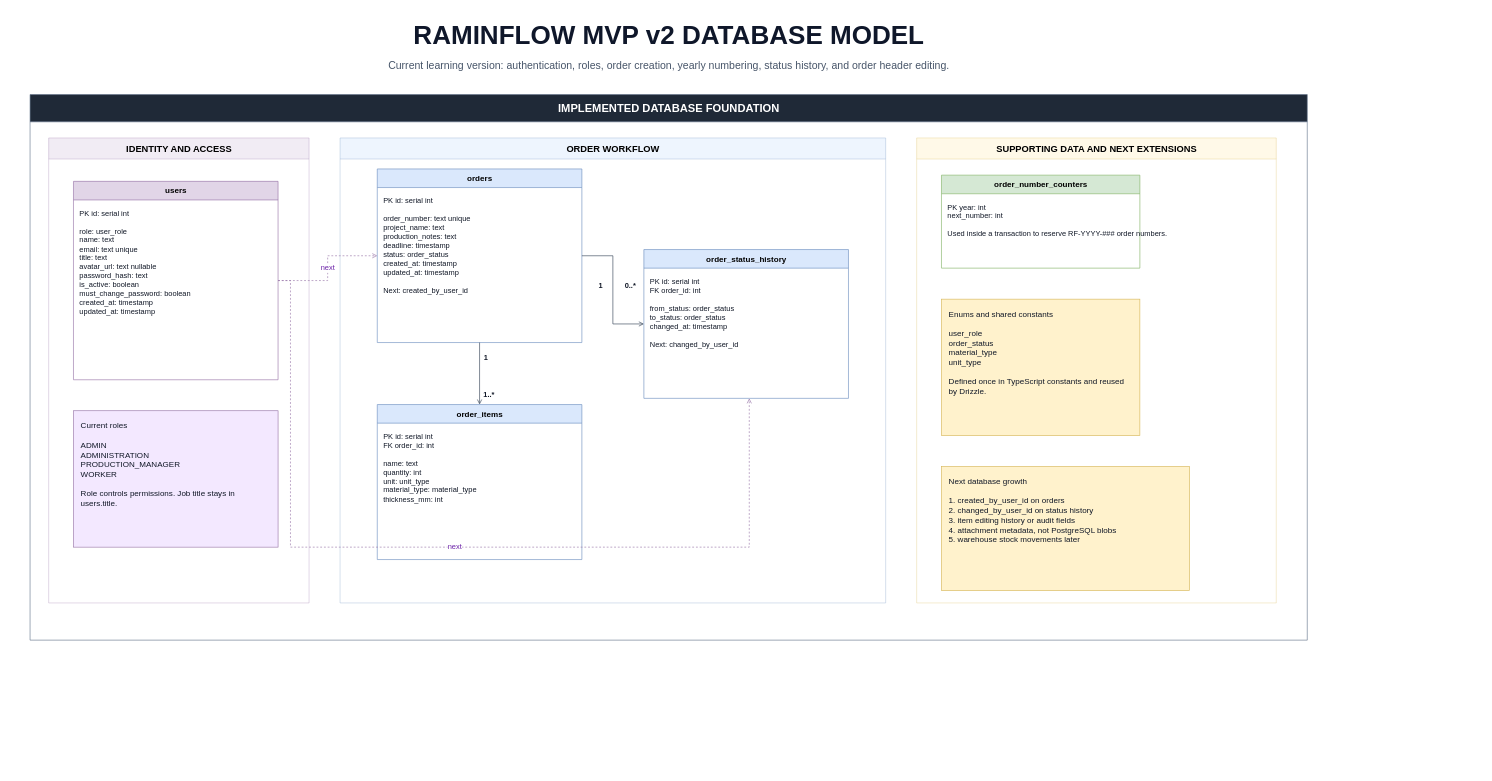
Earlier version of the draw.io diagram docs/raminflow-mvp-erd.drawio (RaminTuzelis/raminflow). Source tidied: cells renumbered, new cells numbered last; positions are measured from the earlier drawing's top-left corner, leaving out a move shared by most shapes. Both pictures are drawn from the tidied source at 62%, with x=0, y=0 at pixel (30, 14).
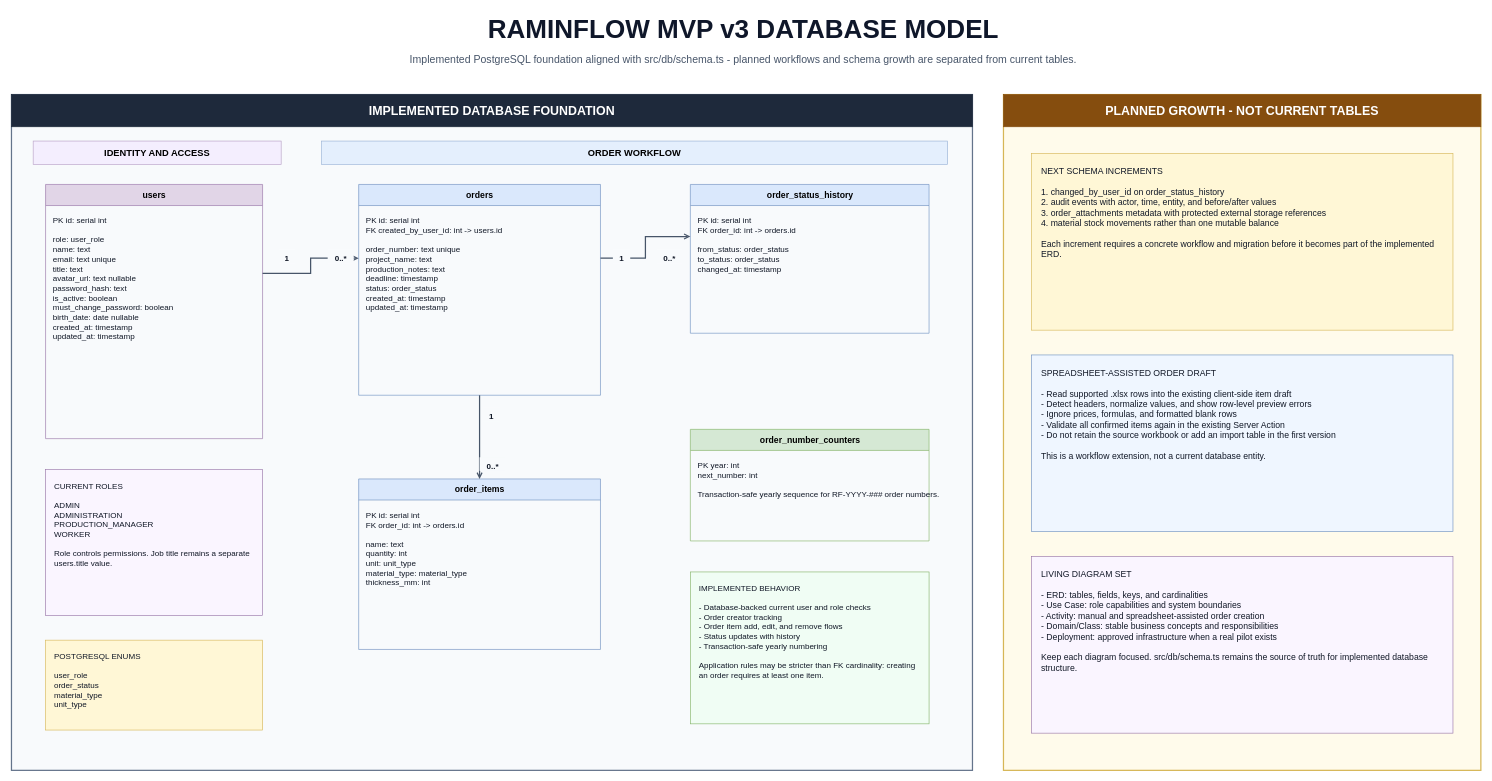
Above is the later version.

Commit message:
Update RaminFlow MVP ERD

The edit, as a diff of the source:
```diff
@@
-    <mxCell id="2" value="RAMINFLOW MVP v2 DATABASE MODEL" style="text;html=1;strokeColor=none;fillColor=none;align=center;verticalAlign=middle;fontSize=42;fontStyle=1;fontColor=#0f172a;" parent="1" vertex="1">
-      <mxGeometry x="240" width="1580" height="70" as="geometry" />
+    <mxCell id="2" value="RAMINFLOW MVP v3 DATABASE MODEL" style="text;html=1;strokeColor=none;fillColor=none;align=center;verticalAlign=middle;fontSize=42;fontStyle=1;fontColor=#0f172a;" parent="1" vertex="1">
+      <mxGeometry x="260" y="-5" width="1780" height="60" as="geometry" />
     </mxCell>
-    <mxCell id="3" value="Current learning version: authentication, roles, order creation, yearly numbering, status history, and order header editing." style="text;html=1;strokeColor=none;fillColor=none;align=center;verticalAlign=middle;fontSize=17;fontColor=#475569;" parent="1" vertex="1">
-      <mxGeometry x="230" y="65" width="1600" height="40" as="geometry" />
+    <mxCell id="3" value="Implemented PostgreSQL foundation aligned with src/db/schema.ts - planned workflows and schema growth are separated from current tables." style="text;html=1;strokeColor=none;fillColor=none;align=center;verticalAlign=middle;fontSize=17;fontColor=#475569;" parent="1" vertex="1">
+      <mxGeometry x="190" y="55" width="1920" height="40" as="geometry" />
     </mxCell>
+    <mxCell id="29" style="rounded=0;whiteSpace=wrap;html=1;fillColor=#f8fafc;strokeColor=#64748b;strokeWidth=2;" parent="1" vertex="1">
+      <mxGeometry x="-30" y="130" width="1550" height="1090" as="geometry" />
+    </mxCell>
-    <mxCell id="4" value="IMPLEMENTED DATABASE FOUNDATION" style="swimlane;html=1;startSize=44;rounded=0;fontStyle=1;fontSize=18;fillColor=#1F2937;strokeColor=#64748b;fontColor=#FFFFFF;" parent="1" vertex="1">
-      <mxGeometry y="130" width="2060" height="880" as="geometry" />
+    <mxCell id="4" value="IMPLEMENTED DATABASE FOUNDATION" style="rounded=0;whiteSpace=wrap;html=1;fillColor=#1e293b;strokeColor=#1e293b;fontColor=#ffffff;fontStyle=1;fontSize=20;align=center;verticalAlign=middle;" parent="1" vertex="1">
+      <mxGeometry x="-30" y="130" width="1550" height="52" as="geometry" />
     </mxCell>
-    <mxCell id="5" value="IDENTITY AND ACCESS" style="swimlane;html=1;startSize=34;rounded=0;fontStyle=1;fontSize=15;fillColor=#e1d5e7;strokeColor=#9673a6;opacity=45;" parent="4" vertex="1">
-      <mxGeometry x="30" y="70" width="420" height="750" as="geometry" />
+    <mxCell id="5" value="IDENTITY AND ACCESS" style="rounded=0;whiteSpace=wrap;html=1;fillColor=#f3e8ff;strokeColor=#9673a6;fontStyle=1;fontSize=15;align=center;verticalAlign=middle;opacity=65;" parent="1" vertex="1">
+      <mxGeometry x="5" y="205" width="400" height="38" as="geometry" />
     </mxCell>
-    <mxCell id="6" value="ORDER WORKFLOW" style="swimlane;html=1;startSize=34;rounded=0;fontStyle=1;fontSize=15;fillColor=#dae8fc;strokeColor=#6c8ebf;opacity=45;" parent="4" vertex="1">
-      <mxGeometry x="500" y="70" width="880" height="750" as="geometry" />
+    <mxCell id="6" value="ORDER WORKFLOW" style="rounded=0;whiteSpace=wrap;html=1;fillColor=#dbeafe;strokeColor=#6c8ebf;fontStyle=1;fontSize=15;align=center;verticalAlign=middle;opacity=65;" parent="1" vertex="1">
+      <mxGeometry x="470" y="205" width="1010" height="38" as="geometry" />
     </mxCell>
-    <mxCell id="7" value="SUPPORTING DATA AND NEXT EXTENSIONS" style="swimlane;html=1;startSize=34;rounded=0;fontStyle=1;fontSize=15;fillColor=#fff2cc;strokeColor=#d6b656;opacity=45;" parent="4" vertex="1">
-      <mxGeometry x="1430" y="70" width="580" height="750" as="geometry" />
-    </mxCell>
-    <mxCell id="8" value="users" style="swimlane;html=1;startSize=30;rounded=0;fontStyle=1;fontSize=13;fillColor=#e1d5e7;strokeColor=#9673a6;" parent="4" vertex="1">
-      <mxGeometry x="70" y="140" width="330" height="320" as="geometry" />
+    <mxCell id="8" value="users" style="swimlane;html=1;startSize=34;rounded=0;fontStyle=1;fontSize=14;fillColor=#e1d5e7;strokeColor=#9673a6;" parent="1" vertex="1">
+      <mxGeometry x="25" y="275" width="350" height="410" as="geometry" />
     </mxCell>
-    <mxCell id="9" value="PK  id: serial int&lt;br&gt;&lt;br&gt;role: user_role&lt;br&gt;name: text&lt;br&gt;email: text unique&lt;br&gt;title: text&lt;br&gt;avatar_url: text nullable&lt;br&gt;password_hash: text&lt;br&gt;is_active: boolean&lt;br&gt;must_change_password: boolean&lt;br&gt;created_at: timestamp&lt;br&gt;updated_at: timestamp" style="text;html=1;strokeColor=none;fillColor=none;align=left;verticalAlign=top;spacing=10;fontSize=12;fontColor=#111827;" parent="8" vertex="1">
-      <mxGeometry y="30" width="330" height="290" as="geometry" />
+    <mxCell id="9" value="PK  id: serial int&lt;br&gt;&lt;br&gt;role: user_role&lt;br&gt;name: text&lt;br&gt;email: text unique&lt;br&gt;title: text&lt;br&gt;avatar_url: text nullable&lt;br&gt;password_hash: text&lt;br&gt;is_active: boolean&lt;br&gt;must_change_password: boolean&lt;br&gt;birth_date: date nullable&lt;br&gt;created_at: timestamp&lt;br&gt;updated_at: timestamp" style="text;html=1;strokeColor=none;fillColor=none;align=left;verticalAlign=top;spacing=12;fontSize=13;fontColor=#111827;" parent="8" vertex="1">
+      <mxGeometry y="34" width="350" height="376" as="geometry" />
     </mxCell>
-    <mxCell id="10" value="Current roles&lt;br&gt;&lt;br&gt;ADMIN&lt;br&gt;ADMINISTRATION&lt;br&gt;PRODUCTION_MANAGER&lt;br&gt;WORKER&lt;br&gt;&lt;br&gt;Role controls permissions. Job title stays in users.title." style="rounded=0;whiteSpace=wrap;html=1;fontSize=13;align=left;verticalAlign=top;fillColor=#f3e8ff;strokeColor=#9673a6;fontColor=#111827;spacing=12;" parent="4" vertex="1">
-      <mxGeometry x="70" y="510" width="330" height="220" as="geometry" />
+    <mxCell id="10" value="CURRENT ROLES&lt;br&gt;&lt;br&gt;ADMIN&lt;br&gt;ADMINISTRATION&lt;br&gt;PRODUCTION_MANAGER&lt;br&gt;WORKER&lt;br&gt;&lt;br&gt;Role controls permissions. Job title remains a separate users.title value." style="rounded=0;whiteSpace=wrap;html=1;fontSize=13;align=left;verticalAlign=top;fillColor=#faf5ff;strokeColor=#9673a6;fontColor=#111827;spacing=14;" parent="1" vertex="1">
+      <mxGeometry x="25" y="735" width="350" height="235" as="geometry" />
     </mxCell>
+    <mxCell id="19" value="POSTGRESQL ENUMS&lt;br&gt;&lt;br&gt;user_role&lt;br&gt;order_status&lt;br&gt;material_type&lt;br&gt;unit_type" style="rounded=0;whiteSpace=wrap;html=1;fontSize=13;align=left;verticalAlign=top;fillColor=#fff7d6;strokeColor=#d6b656;fontColor=#111827;spacing=14;" parent="1" vertex="1">
+      <mxGeometry x="25" y="1010" width="350" height="145" as="geometry" />
+    </mxCell>
-    <mxCell id="11" value="orders" style="swimlane;html=1;startSize=30;rounded=0;fontStyle=1;fontSize=13;fillColor=#dae8fc;strokeColor=#6c8ebf;" parent="4" vertex="1">
-      <mxGeometry x="560" y="120" width="330" height="280" as="geometry" />
+    <mxCell id="11" value="orders" style="swimlane;html=1;startSize=34;rounded=0;fontStyle=1;fontSize=14;fillColor=#dae8fc;strokeColor=#6c8ebf;" parent="1" vertex="1">
+      <mxGeometry x="530" y="275" width="390" height="340" as="geometry" />
     </mxCell>
-    <mxCell id="12" value="PK  id: serial int&lt;br&gt;&lt;br&gt;order_number: text unique&lt;br&gt;project_name: text&lt;br&gt;production_notes: text&lt;br&gt;deadline: timestamp&lt;br&gt;status: order_status&lt;br&gt;created_at: timestamp&lt;br&gt;updated_at: timestamp&lt;br&gt;&lt;br&gt;Next: created_by_user_id" style="text;html=1;strokeColor=none;fillColor=none;align=left;verticalAlign=top;spacing=10;fontSize=12;fontColor=#111827;" parent="11" vertex="1">
-      <mxGeometry y="30" width="330" height="250" as="geometry" />
+    <mxCell id="12" value="PK  id: serial int&lt;br&gt;FK  created_by_user_id: int -&gt; users.id&lt;br&gt;&lt;br&gt;order_number: text unique&lt;br&gt;project_name: text&lt;br&gt;production_notes: text&lt;br&gt;deadline: timestamp&lt;br&gt;status: order_status&lt;br&gt;created_at: timestamp&lt;br&gt;updated_at: timestamp" style="text;html=1;strokeColor=none;fillColor=none;align=left;verticalAlign=top;spacing=12;fontSize=13;fontColor=#111827;" parent="11" vertex="1">
+      <mxGeometry y="34" width="390" height="306" as="geometry" />
     </mxCell>
-    <mxCell id="13" value="order_items" style="swimlane;html=1;startSize=30;rounded=0;fontStyle=1;fontSize=13;fillColor=#dae8fc;strokeColor=#6c8ebf;" parent="4" vertex="1">
-      <mxGeometry x="560" y="500" width="330" height="250" as="geometry" />
+    <mxCell id="13" value="order_items" style="swimlane;html=1;startSize=34;rounded=0;fontStyle=1;fontSize=14;fillColor=#dae8fc;strokeColor=#6c8ebf;" parent="1" vertex="1">
+      <mxGeometry x="530" y="750" width="390" height="275" as="geometry" />
     </mxCell>
-    <mxCell id="14" value="PK  id: serial int&lt;br&gt;FK  order_id: int&lt;br&gt;&lt;br&gt;name: text&lt;br&gt;quantity: int&lt;br&gt;unit: unit_type&lt;br&gt;material_type: material_type&lt;br&gt;thickness_mm: int" style="text;html=1;strokeColor=none;fillColor=none;align=left;verticalAlign=top;spacing=10;fontSize=12;fontColor=#111827;" parent="13" vertex="1">
-      <mxGeometry y="30" width="330" height="220" as="geometry" />
+    <mxCell id="14" value="PK  id: serial int&lt;br&gt;FK  order_id: int -&gt; orders.id&lt;br&gt;&lt;br&gt;name: text&lt;br&gt;quantity: int&lt;br&gt;unit: unit_type&lt;br&gt;material_type: material_type&lt;br&gt;thickness_mm: int" style="text;html=1;strokeColor=none;fillColor=none;align=left;verticalAlign=top;spacing=12;fontSize=13;fontColor=#111827;" parent="13" vertex="1">
+      <mxGeometry y="34" width="390" height="241" as="geometry" />
     </mxCell>
-    <mxCell id="15" value="order_status_history" style="swimlane;html=1;startSize=30;rounded=0;fontStyle=1;fontSize=13;fillColor=#dae8fc;strokeColor=#6c8ebf;" parent="4" vertex="1">
-      <mxGeometry x="990" y="250" width="330" height="240" as="geometry" />
+    <mxCell id="15" value="order_status_history" style="swimlane;html=1;startSize=34;rounded=0;fontStyle=1;fontSize=14;fillColor=#dae8fc;strokeColor=#6c8ebf;" parent="1" vertex="1">
+      <mxGeometry x="1065" y="275" width="385" height="240" as="geometry" />
     </mxCell>
-    <mxCell id="16" value="PK  id: serial int&lt;br&gt;FK  order_id: int&lt;br&gt;&lt;br&gt;from_status: order_status&lt;br&gt;to_status: order_status&lt;br&gt;changed_at: timestamp&lt;br&gt;&lt;br&gt;Next: changed_by_user_id" style="text;html=1;strokeColor=none;fillColor=none;align=left;verticalAlign=top;spacing=10;fontSize=12;fontColor=#111827;" parent="15" vertex="1">
-      <mxGeometry y="30" width="330" height="210" as="geometry" />
+    <mxCell id="16" value="PK  id: serial int&lt;br&gt;FK  order_id: int -&gt; orders.id&lt;br&gt;&lt;br&gt;from_status: order_status&lt;br&gt;to_status: order_status&lt;br&gt;changed_at: timestamp" style="text;html=1;strokeColor=none;fillColor=none;align=left;verticalAlign=top;spacing=12;fontSize=13;fontColor=#111827;" parent="15" vertex="1">
+      <mxGeometry y="34" width="385" height="206" as="geometry" />
     </mxCell>
-    <mxCell id="17" value="order_number_counters" style="swimlane;html=1;startSize=30;rounded=0;fontStyle=1;fontSize=13;fillColor=#d5e8d4;strokeColor=#82b366;" parent="4" vertex="1">
-      <mxGeometry x="1470" y="130" width="320" height="150" as="geometry" />
+    <mxCell id="17" value="order_number_counters" style="swimlane;html=1;startSize=34;rounded=0;fontStyle=1;fontSize=14;fillColor=#d5e8d4;strokeColor=#82b366;" parent="1" vertex="1">
+      <mxGeometry x="1065" y="670" width="385" height="180" as="geometry" />
     </mxCell>
-    <mxCell id="18" value="PK  year: int&lt;br&gt;next_number: int&lt;br&gt;&lt;br&gt;Used inside a transaction to reserve RF-YYYY-### order numbers." style="text;html=1;strokeColor=none;fillColor=none;align=left;verticalAlign=top;spacing=10;fontSize=12;fontColor=#111827;" parent="17" vertex="1">
-      <mxGeometry y="30" width="320" height="120" as="geometry" />
+    <mxCell id="18" value="PK  year: int&lt;br&gt;next_number: int&lt;br&gt;&lt;br&gt;Transaction-safe yearly sequence for RF-YYYY-### order numbers." style="text;html=1;strokeColor=none;fillColor=none;align=left;verticalAlign=top;spacing=12;fontSize=13;fontColor=#111827;" parent="17" vertex="1">
+      <mxGeometry y="34" width="385" height="146" as="geometry" />
     </mxCell>
-    <mxCell id="19" value="Enums and shared constants&lt;br&gt;&lt;br&gt;user_role&lt;br&gt;order_status&lt;br&gt;material_type&lt;br&gt;unit_type&lt;br&gt;&lt;br&gt;Defined once in TypeScript constants and reused by Drizzle." style="rounded=0;whiteSpace=wrap;html=1;fontSize=13;align=left;verticalAlign=top;fillColor=#fff2cc;strokeColor=#d6b656;fontColor=#111827;spacing=12;" parent="4" vertex="1">
-      <mxGeometry x="1470" y="330" width="320" height="220" as="geometry" />
-    </mxCell>
-    <mxCell id="20" value="Next database growth&lt;br&gt;&lt;br&gt;1. created_by_user_id on orders&lt;br&gt;2. changed_by_user_id on status history&lt;br&gt;3. item editing history or audit fields&lt;br&gt;4. attachment metadata, not PostgreSQL blobs&lt;br&gt;5. warehouse stock movements later" style="rounded=0;whiteSpace=wrap;html=1;fontSize=13;align=left;verticalAlign=top;fillColor=#fff2cc;strokeColor=#d6b656;fontColor=#111827;spacing=12;" parent="4" vertex="1">
-      <mxGeometry x="1470" y="600" width="400" height="200" as="geometry" />
-    </mxCell>
+    <mxCell id="30" value="IMPLEMENTED BEHAVIOR&lt;br&gt;&lt;br&gt;- Database-backed current user and role checks&lt;br&gt;- Order creator tracking&lt;br&gt;- Order item add, edit, and remove flows&lt;br&gt;- Status updates with history&lt;br&gt;- Transaction-safe yearly numbering&lt;br&gt;&lt;br&gt;Application rules may be stricter than FK cardinality: creating an order requires at least one item." style="rounded=0;whiteSpace=wrap;html=1;fontSize=13;align=left;verticalAlign=top;fillColor=#f0fdf4;strokeColor=#82b366;fontColor=#111827;spacing=14;" parent="1" vertex="1">
+      <mxGeometry x="1065" y="900" width="385" height="245" as="geometry" />
+    </mxCell>
+    <mxCell id="23" style="edgeStyle=orthogonalEdgeStyle;rounded=0;jettySize=auto;html=1;endArrow=open;endFill=0;strokeColor=#475569;strokeWidth=2;exitX=1;exitY=0.35;entryX=0;entryY=0.35;" parent="1" edge="1" source="8" target="11">
+      <mxGeometry relative="1" as="geometry" />
+    </mxCell>
+    <mxCell id="22" style="edgeStyle=orthogonalEdgeStyle;rounded=0;jettySize=auto;html=1;endArrow=open;endFill=0;strokeColor=#475569;strokeWidth=2;exitX=1;exitY=0.35;entryX=0;entryY=0.35;" parent="1" edge="1" source="11" target="15">
+      <mxGeometry relative="1" as="geometry" />
+    </mxCell>
-    <mxCell id="21" style="edgeStyle=orthogonalEdgeStyle;rounded=0;jettySize=auto;html=1;endArrow=open;endFill=0;strokeColor=#334155;" parent="4" edge="1" source="11" target="13">
+    <mxCell id="21" style="edgeStyle=orthogonalEdgeStyle;rounded=0;jettySize=auto;html=1;endArrow=open;endFill=0;strokeColor=#475569;strokeWidth=2;exitX=0.5;exitY=1;entryX=0.5;entryY=0;" parent="1" edge="1" source="11" target="13">
       <mxGeometry relative="1" as="geometry" />
     </mxCell>
-    <mxCell id="22" style="edgeStyle=orthogonalEdgeStyle;rounded=0;jettySize=auto;html=1;endArrow=open;endFill=0;strokeColor=#334155;" parent="4" edge="1" source="11" target="15">
-      <mxGeometry relative="1" as="geometry" />
-    </mxCell>
-    <mxCell id="23" value="next" style="edgeStyle=orthogonalEdgeStyle;rounded=0;jettySize=auto;html=1;endArrow=open;endFill=0;strokeColor=#9673a6;dashed=1;fontSize=12;fontColor=#6b21a8;" parent="4" edge="1" source="8" target="11">
-      <mxGeometry relative="1" as="geometry" />
-    </mxCell>
-    <mxCell id="24" value="next" style="edgeStyle=orthogonalEdgeStyle;rounded=0;jettySize=auto;html=1;endArrow=open;endFill=0;strokeColor=#9673a6;dashed=1;fontSize=12;fontColor=#6b21a8;" parent="4" edge="1" source="8" target="15">
-      <mxGeometry relative="1" as="geometry">
-        <Array as="points">
-          <mxPoint x="420" y="730" />
-          <mxPoint x="1160" y="730" />
-        </Array>
-      </mxGeometry>
-    </mxCell>
-    <mxCell id="25" value="1" style="text;html=1;strokeColor=none;fillColor=none;align=center;fontStyle=1;fontSize=12;fontColor=#111827;" parent="4" vertex="1">
-      <mxGeometry x="720" y="410" width="30" height="20" as="geometry" />
-    </mxCell>
+    <mxCell id="31" value="1" style="text;html=1;strokeColor=none;fillColor=#f8fafc;align=center;fontStyle=1;fontSize=13;fontColor=#111827;" parent="1" vertex="1">
+      <mxGeometry x="400" y="380" width="28" height="22" as="geometry" />
+    </mxCell>
+    <mxCell id="32" value="0..*" style="text;html=1;strokeColor=none;fillColor=#f8fafc;align=center;fontStyle=1;fontSize=13;fontColor=#111827;" parent="1" vertex="1">
+      <mxGeometry x="480" y="380" width="42" height="22" as="geometry" />
+    </mxCell>
+    <mxCell id="33" value="1" style="text;html=1;strokeColor=none;fillColor=#f8fafc;align=center;fontStyle=1;fontSize=13;fontColor=#111827;" parent="1" vertex="1">
+      <mxGeometry x="940" y="380" width="28" height="22" as="geometry" />
+    </mxCell>
+    <mxCell id="28" value="0..*" style="text;html=1;strokeColor=none;fillColor=#f8fafc;align=center;fontStyle=1;fontSize=13;fontColor=#111827;" parent="1" vertex="1">
+      <mxGeometry x="1010" y="380" width="42" height="22" as="geometry" />
+    </mxCell>
+    <mxCell id="34" value="1" style="text;html=1;strokeColor=none;fillColor=#f8fafc;align=center;fontStyle=1;fontSize=13;fontColor=#111827;" parent="1" vertex="1">
+      <mxGeometry x="730" y="635" width="28" height="22" as="geometry" />
+    </mxCell>
-    <mxCell id="26" value="1..*" style="text;html=1;strokeColor=none;fillColor=none;align=center;fontStyle=1;fontSize=12;fontColor=#111827;" parent="4" vertex="1">
-      <mxGeometry x="720" y="470" width="40" height="20" as="geometry" />
+    <mxCell id="26" value="0..*" style="text;html=1;strokeColor=none;fillColor=#f8fafc;align=center;fontStyle=1;fontSize=13;fontColor=#111827;" parent="1" vertex="1">
+      <mxGeometry x="725" y="715" width="42" height="22" as="geometry" />
     </mxCell>
-    <mxCell id="27" value="1" style="text;html=1;strokeColor=none;fillColor=none;align=center;fontStyle=1;fontSize=12;fontColor=#111827;" parent="4" vertex="1">
-      <mxGeometry x="905" y="295" width="30" height="20" as="geometry" />
-    </mxCell>
-    <mxCell id="28" value="0..*" style="text;html=1;strokeColor=none;fillColor=none;align=center;fontStyle=1;fontSize=12;fontColor=#111827;" parent="4" vertex="1">
-      <mxGeometry x="945" y="295" width="45" height="20" as="geometry" />
-    </mxCell>
+    <mxCell id="35" style="rounded=0;whiteSpace=wrap;html=1;fillColor=#fffbeb;strokeColor=#d6b656;strokeWidth=2;" parent="1" vertex="1">
+      <mxGeometry x="1570" y="130" width="770" height="1090" as="geometry" />
+    </mxCell>
+    <mxCell id="36" value="PLANNED GROWTH - NOT CURRENT TABLES" style="rounded=0;whiteSpace=wrap;html=1;fillColor=#854d0e;strokeColor=#854d0e;fontColor=#ffffff;fontStyle=1;fontSize=20;align=center;verticalAlign=middle;" parent="1" vertex="1">
+      <mxGeometry x="1570" y="130" width="770" height="52" as="geometry" />
+    </mxCell>
+    <mxCell id="37" value="NEXT SCHEMA INCREMENTS&lt;br&gt;&lt;br&gt;1. changed_by_user_id on order_status_history&lt;br&gt;2. audit events with actor, time, entity, and before/after values&lt;br&gt;3. order_attachments metadata with protected external storage references&lt;br&gt;4. material stock movements rather than one mutable balance&lt;br&gt;&lt;br&gt;Each increment requires a concrete workflow and migration before it becomes part of the implemented ERD." style="rounded=0;whiteSpace=wrap;html=1;fontSize=14;align=left;verticalAlign=top;fillColor=#fff7d6;strokeColor=#d6b656;fontColor=#111827;spacing=16;" parent="1" vertex="1">
+      <mxGeometry x="1615" y="225" width="680" height="285" as="geometry" />
+    </mxCell>
+    <mxCell id="38" value="SPREADSHEET-ASSISTED ORDER DRAFT&lt;br&gt;&lt;br&gt;- Read supported .xlsx rows into the existing client-side item draft&lt;br&gt;- Detect headers, normalize values, and show row-level preview errors&lt;br&gt;- Ignore prices, formulas, and formatted blank rows&lt;br&gt;- Validate all confirmed items again in the existing Server Action&lt;br&gt;- Do not retain the source workbook or add an import table in the first version&lt;br&gt;&lt;br&gt;This is a workflow extension, not a current database entity." style="rounded=0;whiteSpace=wrap;html=1;fontSize=14;align=left;verticalAlign=top;fillColor=#eff6ff;strokeColor=#6c8ebf;fontColor=#111827;spacing=16;" parent="1" vertex="1">
+      <mxGeometry x="1615" y="550" width="680" height="285" as="geometry" />
+    </mxCell>
+    <mxCell id="39" value="LIVING DIAGRAM SET&lt;br&gt;&lt;br&gt;- ERD: tables, fields, keys, and cardinalities&lt;br&gt;- Use Case: role capabilities and system boundaries&lt;br&gt;- Activity: manual and spreadsheet-assisted order creation&lt;br&gt;- Domain/Class: stable business concepts and responsibilities&lt;br&gt;- Deployment: approved infrastructure when a real pilot exists&lt;br&gt;&lt;br&gt;Keep each diagram focused. src/db/schema.ts remains the source of truth for implemented database structure." style="rounded=0;whiteSpace=wrap;html=1;fontSize=14;align=left;verticalAlign=top;fillColor=#faf5ff;strokeColor=#9673a6;fontColor=#111827;spacing=16;" parent="1" vertex="1">
+      <mxGeometry x="1615" y="875" width="680" height="285" as="geometry" />
+    </mxCell>
```
